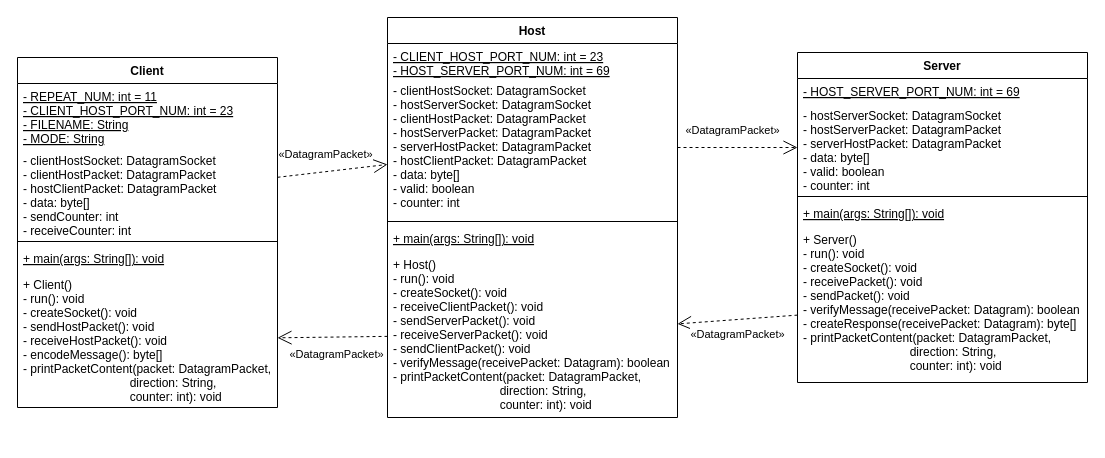
trong0dn/Client-Intermediate-Server keeps this draw.io diagram as page "UML-class" (1 of 2) of A2.drawio. Above is the earlier version. Source tidied: cells renumbered, new cells numbered last; positions are measured from the earlier drawing's top-left corner, leaving out a move shared by most shapes. Both pictures are drawn from the tidied source at 100%, with x=0, y=0 at pixel (17, 17).
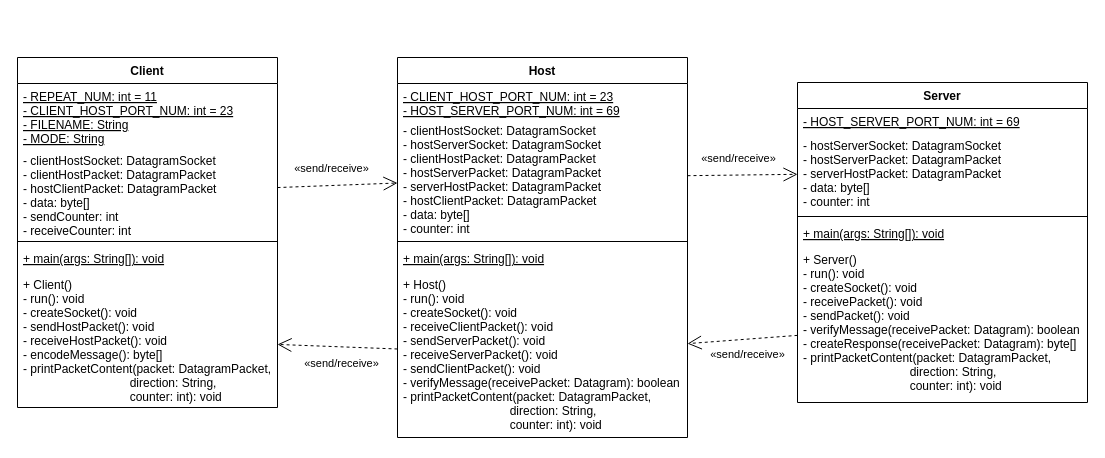
The same page after the edit.

The change refers to these unchanged cells:
```xml
<mxCell id="4" value="- clientHostSocket: DatagramSocket&#10;- clientHostPacket: DatagramPacket&#10;- hostClientPacket: DatagramPacket&#10;- data: byte[]&#10;- sendCounter: int&#10;- receiveCounter: int" style="text;strokeColor=none;fillColor=none;align=left;verticalAlign=top;spacingLeft=4;spacingRight=4;overflow=hidden;points=[[0,0.5],[1,0.5]];portConstraint=eastwest;fontStyle=0;" parent="2" vertex="1">
  <mxGeometry y="90" width="260" height="90" as="geometry" />
</mxCell>
<mxCell id="7" value="+ Client()&#10;- run(): void&#10;- createSocket(): void&#10;- sendHostPacket(): void&#10;- receiveHostPacket(): void&#10;- encodeMessage(): byte[]&#10;- printPacketContent(packet: DatagramPacket, &#10;                                direction: String, &#10;                                counter: int): void" style="text;strokeColor=none;fillColor=none;align=left;verticalAlign=top;spacingLeft=4;spacingRight=4;overflow=hidden;points=[[0,0.5],[1,0.5]];portConstraint=eastwest;" parent="2" vertex="1">
  <mxGeometry y="214" width="260" height="136" as="geometry" />
</mxCell>
```

The edit, as a diff of the source:
```diff
@@
     <mxCell id="8" value="Host" style="swimlane;fontStyle=1;align=center;verticalAlign=top;horizontal=1;startSize=26;" parent="1" vertex="1">
-      <mxGeometry x="370" width="290" height="400" as="geometry" />
+      <mxGeometry x="380" y="40" width="290" height="380" as="geometry" />
     </mxCell>
@@
-    <mxCell id="10" value="- clientHostSocket: DatagramSocket&#10;- hostServerSocket: DatagramSocket&#10;- clientHostPacket: DatagramPacket&#10;- hostServerPacket: DatagramPacket&#10;- serverHostPacket: DatagramPacket&#10;- hostClientPacket: DatagramPacket&#10;- data: byte[]&#10;- valid: boolean&#10;- counter: int" style="text;strokeColor=none;fillColor=none;align=left;verticalAlign=top;spacingLeft=4;spacingRight=4;overflow=hidden;points=[[0,0.5],[1,0.5]];portConstraint=eastwest;fontStyle=0;" parent="8" vertex="1">
-      <mxGeometry y="60" width="290" height="140" as="geometry" />
+    <mxCell id="10" value="- clientHostSocket: DatagramSocket&#10;- hostServerSocket: DatagramSocket&#10;- clientHostPacket: DatagramPacket&#10;- hostServerPacket: DatagramPacket&#10;- serverHostPacket: DatagramPacket&#10;- hostClientPacket: DatagramPacket&#10;- data: byte[]&#10;- counter: int" style="text;strokeColor=none;fillColor=none;align=left;verticalAlign=top;spacingLeft=4;spacingRight=4;overflow=hidden;points=[[0,0.5],[1,0.5]];portConstraint=eastwest;fontStyle=0;" parent="8" vertex="1">
+      <mxGeometry y="60" width="290" height="120" as="geometry" />
     </mxCell>
     <mxCell id="11" style="line;strokeWidth=1;fillColor=none;align=left;verticalAlign=middle;spacingTop=-1;spacingLeft=3;spacingRight=3;labelPosition=right;strokeColor=inherit;" parent="8" vertex="1">
-      <mxGeometry y="200" width="290" height="8" as="geometry" />
+      <mxGeometry y="180" width="290" height="8" as="geometry" />
     </mxCell>
     <mxCell id="12" value="+ main(args: String[]): void" style="text;strokeColor=none;fillColor=none;align=left;verticalAlign=top;spacingLeft=4;spacingRight=4;overflow=hidden;fontStyle=4;" parent="8" vertex="1">
-      <mxGeometry y="208" width="290" height="26" as="geometry" />
+      <mxGeometry y="188" width="290" height="26" as="geometry" />
     </mxCell>
     <mxCell id="13" value="+ Host()&#10;- run(): void&#10;- createSocket(): void&#10;- receiveClientPacket(): void&#10;- sendServerPacket(): void&#10;- receiveServerPacket(): void&#10;- sendClientPacket(): void&#10;- verifyMessage(receivePacket: Datagram): boolean&#10;- printPacketContent(packet: DatagramPacket, &#10;                                direction: String, &#10;                                counter: int): void" style="text;strokeColor=none;fillColor=none;align=left;verticalAlign=top;spacingLeft=4;spacingRight=4;overflow=hidden;points=[[0,0.5],[1,0.5]];portConstraint=eastwest;" parent="8" vertex="1">
-      <mxGeometry y="234" width="290" height="166" as="geometry" />
+      <mxGeometry y="214" width="290" height="166" as="geometry" />
     </mxCell>
     <mxCell id="14" value="Server" style="swimlane;fontStyle=1;align=center;verticalAlign=top;horizontal=1;startSize=26;" parent="1" vertex="1">
-      <mxGeometry x="780" y="35" width="290" height="330" as="geometry" />
+      <mxGeometry x="780" y="65" width="290" height="320" as="geometry" />
     </mxCell>
@@
-    <mxCell id="16" value="- hostServerSocket: DatagramSocket&#10;- hostServerPacket: DatagramPacket&#10;- serverHostPacket: DatagramPacket&#10;- data: byte[]&#10;- valid: boolean&#10;- counter: int" style="text;strokeColor=none;fillColor=none;align=left;verticalAlign=top;spacingLeft=4;spacingRight=4;overflow=hidden;points=[[0,0.5],[1,0.5]];portConstraint=eastwest;fontStyle=0;" parent="14" vertex="1">
-      <mxGeometry y="50" width="290" height="90" as="geometry" />
+    <mxCell id="16" value="- hostServerSocket: DatagramSocket&#10;- hostServerPacket: DatagramPacket&#10;- serverHostPacket: DatagramPacket&#10;- data: byte[]&#10;- counter: int" style="text;strokeColor=none;fillColor=none;align=left;verticalAlign=top;spacingLeft=4;spacingRight=4;overflow=hidden;points=[[0,0.5],[1,0.5]];portConstraint=eastwest;fontStyle=0;" parent="14" vertex="1">
+      <mxGeometry y="50" width="290" height="80" as="geometry" />
     </mxCell>
     <mxCell id="17" style="line;strokeWidth=1;fillColor=none;align=left;verticalAlign=middle;spacingTop=-1;spacingLeft=3;spacingRight=3;labelPosition=right;strokeColor=inherit;" parent="14" vertex="1">
-      <mxGeometry y="140" width="290" height="8" as="geometry" />
+      <mxGeometry y="130" width="290" height="8" as="geometry" />
     </mxCell>
     <mxCell id="18" value="+ main(args: String[]): void" style="text;strokeColor=none;fillColor=none;align=left;verticalAlign=top;spacingLeft=4;spacingRight=4;overflow=hidden;fontStyle=4;" parent="14" vertex="1">
-      <mxGeometry y="148" width="290" height="26" as="geometry" />
+      <mxGeometry y="138" width="290" height="26" as="geometry" />
     </mxCell>
     <mxCell id="19" value="+ Server()&#10;- run(): void&#10;- createSocket(): void&#10;- receivePacket(): void&#10;- sendPacket(): void&#10;- verifyMessage(receivePacket: Datagram): boolean&#10;- createResponse(receivePacket: Datagram): byte[]&#10;- printPacketContent(packet: DatagramPacket, &#10;                                direction: String, &#10;                                counter: int): void" style="text;strokeColor=none;fillColor=none;align=left;verticalAlign=top;spacingLeft=4;spacingRight=4;overflow=hidden;points=[[0,0.5],[1,0.5]];portConstraint=eastwest;" parent="14" vertex="1">
-      <mxGeometry y="174" width="290" height="156" as="geometry" />
+      <mxGeometry y="164" width="290" height="156" as="geometry" />
     </mxCell>
-    <mxCell id="20" value="«DatagramPacket»" style="endArrow=open;endSize=12;dashed=1;html=1;rounded=0;" parent="1" edge="1" source="4" target="10">
+    <mxCell id="20" value="«send/receive»" style="endArrow=open;endSize=12;dashed=1;html=1;rounded=0;" parent="1" edge="1" source="4" target="10">
       <mxGeometry x="-0.09" y="17" relative="1" as="geometry" />
     </mxCell>
-    <mxCell id="21" value="«DatagramPacket»" style="endArrow=open;endSize=12;dashed=1;html=1;rounded=0;" parent="1" edge="1" source="10" target="16">
+    <mxCell id="21" value="«send/receive»" style="endArrow=open;endSize=12;dashed=1;html=1;rounded=0;" parent="1" edge="1" source="10" target="16">
       <mxGeometry x="-0.08" y="17" relative="1" as="geometry" />
     </mxCell>
-    <mxCell id="22" value="«DatagramPacket»" style="endArrow=open;endSize=12;dashed=1;html=1;rounded=0;" parent="1" edge="1" source="19" target="13">
-      <mxGeometry x="0.02" y="15" relative="1" as="geometry" />
+    <mxCell id="22" value="«send/receive»" style="endArrow=open;endSize=12;dashed=1;html=1;rounded=0;" parent="1" edge="1" source="19" target="13">
+      <mxGeometry x="-0.07" y="15" relative="1" as="geometry" />
     </mxCell>
-    <mxCell id="23" value="«DatagramPacket»" style="endArrow=open;endSize=12;dashed=1;html=1;rounded=0;" parent="1" edge="1" source="13" target="7">
+    <mxCell id="23" value="«send/receive»" style="endArrow=open;endSize=12;dashed=1;html=1;rounded=0;" parent="1" edge="1" source="13" target="7">
       <mxGeometry x="-0.08" y="17" relative="1" as="geometry" />
     </mxCell>
```
